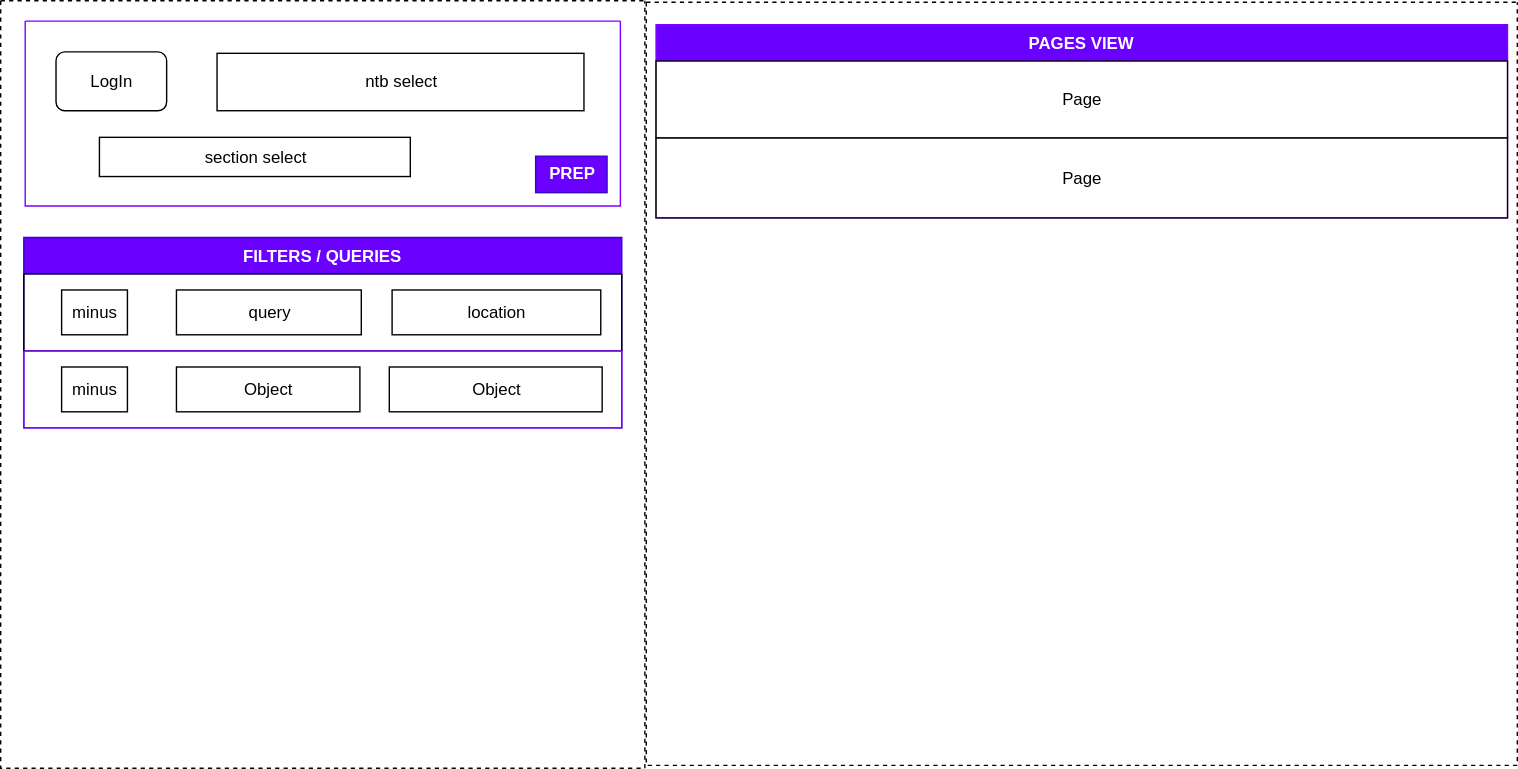
simik394/1note-organizer keeps this draw.io diagram as src/resources/wireframes.drawio.svg. Above is the earlier version. Source tidied: cells renumbered, new cells last; positions are measured from the earlier drawing's top-left corner, leaving out a move shared by most shapes. Its diagram source:
```xml
<mxGraphModel>
  <root>
    <mxCell id="0" />
    <mxCell id="1" value="window parts" parent="0" />
    <mxCell id="2" style="swimlane;startSize=0;dashed=1;" parent="1" vertex="1">
      <mxGeometry x="461" y="1" width="622" height="545" as="geometry" />
    </mxCell>
    <mxCell id="3" value="PAGES VIEW" style="swimlane;fontStyle=1;align=center;verticalAlign=top;horizontal=1;startSize=26;fillColor=#6a00ff;fontColor=#ffffff;strokeColor=#7F00FF;" parent="2" vertex="1">
      <mxGeometry x="7" y="16" width="608" height="138" as="geometry" />
    </mxCell>
    <mxCell id="4" value="Page" style="html=1;" parent="3" vertex="1">
      <mxGeometry y="26" width="608" height="55" as="geometry" />
    </mxCell>
    <mxCell id="5" value="Page" style="html=1;" parent="3" vertex="1">
      <mxGeometry y="81" width="608" height="57" as="geometry" />
    </mxCell>
    <mxCell id="6" style="swimlane;startSize=0;strokeColor=default;dashed=1;" parent="1" vertex="1">
      <mxGeometry width="460" height="548" as="geometry" />
    </mxCell>
    <mxCell id="7" style="swimlane;startSize=0;strokeColor=#7F00FF;" parent="6" vertex="1">
      <mxGeometry x="17.5" y="14.5" width="425" height="132" as="geometry" />
    </mxCell>
    <mxCell id="8" value="section select" style="html=1;" parent="7" vertex="1">
      <mxGeometry x="53" y="83" width="222" height="28" as="geometry" />
    </mxCell>
    <mxCell id="9" value="ntb select" style="html=1;" parent="7" vertex="1">
      <mxGeometry x="137" y="23" width="262" height="41" as="geometry" />
    </mxCell>
    <mxCell id="10" value="LogIn" style="rounded=1;whiteSpace=wrap;html=1;" parent="7" vertex="1">
      <mxGeometry x="22" y="22" width="79" height="42" as="geometry" />
    </mxCell>
    <mxCell id="11" value="&lt;b&gt;PREP&lt;/b&gt;" style="text;html=1;align=center;verticalAlign=middle;strokeColor=#3700CC;fillColor=#6a00ff;fontColor=#ffffff;" parent="7" vertex="1">
      <mxGeometry x="364.5" y="96.5" width="51" height="26" as="geometry" />
    </mxCell>
    <mxCell id="12" value="FILTERS / QUERIES" style="swimlane;fontStyle=1;align=center;verticalAlign=top;horizontal=1;startSize=26;fillColor=#6a00ff;fontColor=#ffffff;strokeColor=#3700CC;" parent="6" vertex="1">
      <mxGeometry x="16.5" y="169" width="427" height="136" as="geometry" />
    </mxCell>
    <mxCell id="13" style="swimlane;startSize=0;" parent="12" vertex="1">
      <mxGeometry y="26" width="427" height="55" as="geometry" />
    </mxCell>
    <mxCell id="14" value="minus" style="html=1;" parent="13" vertex="1">
      <mxGeometry x="27" y="11.5" width="47" height="32" as="geometry" />
    </mxCell>
    <mxCell id="15" value="query" style="html=1;" parent="13" vertex="1">
      <mxGeometry x="109" y="11.5" width="132" height="32" as="geometry" />
    </mxCell>
    <mxCell id="16" value="location" style="html=1;" parent="13" vertex="1">
      <mxGeometry x="263" y="11.5" width="149" height="32" as="geometry" />
    </mxCell>
    <mxCell id="17" style="swimlane;startSize=0;strokeColor=#7F00FF;" parent="12" vertex="1">
      <mxGeometry y="81" width="427" height="55" as="geometry" />
    </mxCell>
    <mxCell id="18" value="minus" style="html=1;" parent="17" vertex="1">
      <mxGeometry x="27" y="11.5" width="47" height="32" as="geometry" />
    </mxCell>
    <mxCell id="19" value="Object" style="html=1;" parent="17" vertex="1">
      <mxGeometry x="109" y="11.5" width="131" height="32" as="geometry" />
    </mxCell>
    <mxCell id="20" value="Object" style="html=1;" parent="17" vertex="1">
      <mxGeometry x="261" y="11.5" width="152" height="32" as="geometry" />
    </mxCell>
    <mxCell id="21" value="components" parent="0" />
  </root>
</mxGraphModel>
```
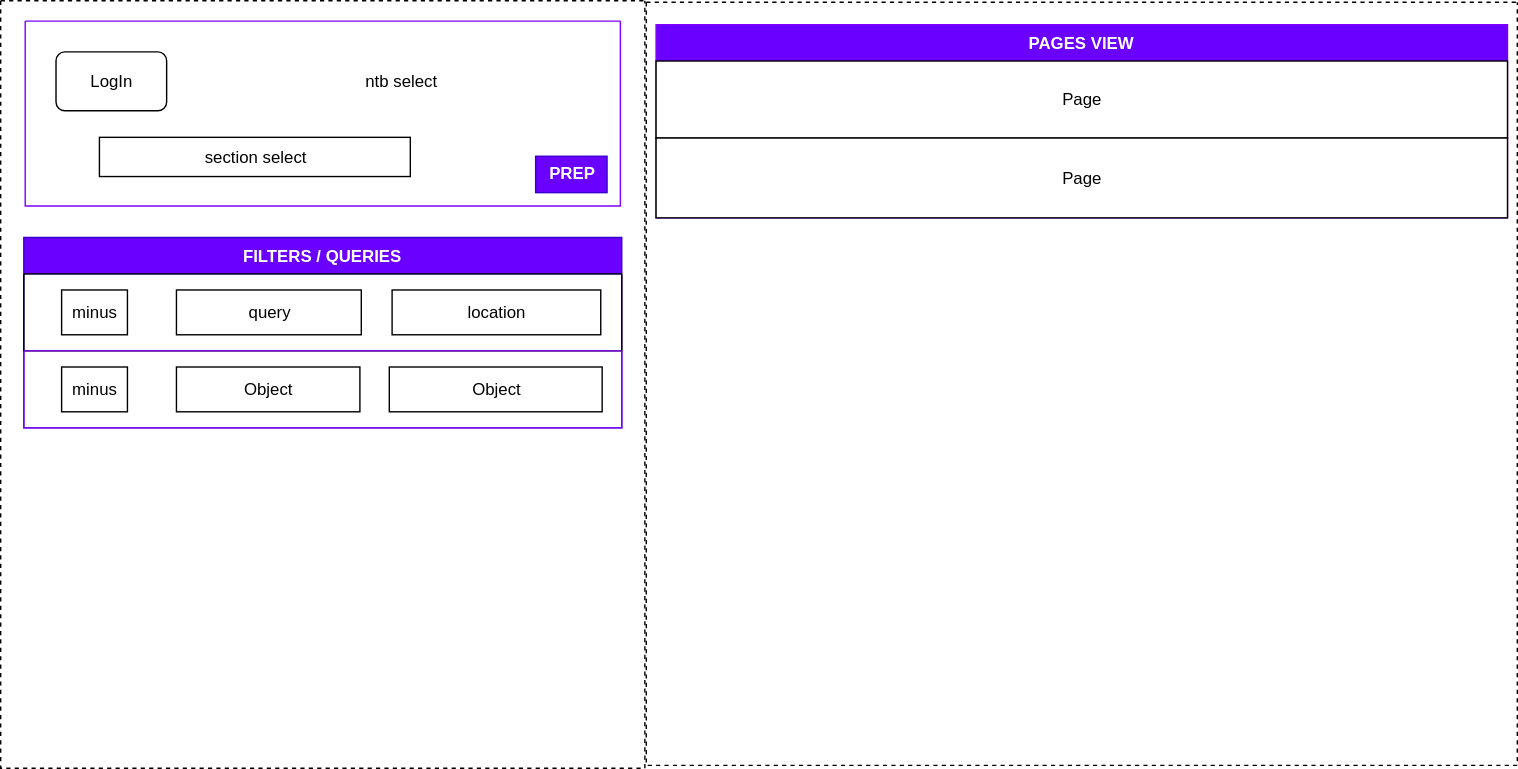
After the commit.

What changed in the source:
```diff
@@ -23,7 +23,7 @@
     <mxCell id="8" value="section select" style="html=1;" parent="7" vertex="1">
       <mxGeometry x="53" y="83" width="222" height="28" as="geometry" />
     </mxCell>
-    <mxCell id="9" value="ntb select" style="html=1;" parent="7" vertex="1">
+    <mxCell id="9" value="ntb select" style="html=1;strokeColor=#FFFFFF;" parent="7" vertex="1">
       <mxGeometry x="137" y="23" width="262" height="41" as="geometry" />
     </mxCell>
     <mxCell id="10" value="LogIn" style="rounded=1;whiteSpace=wrap;html=1;" parent="7" vertex="1">
```
